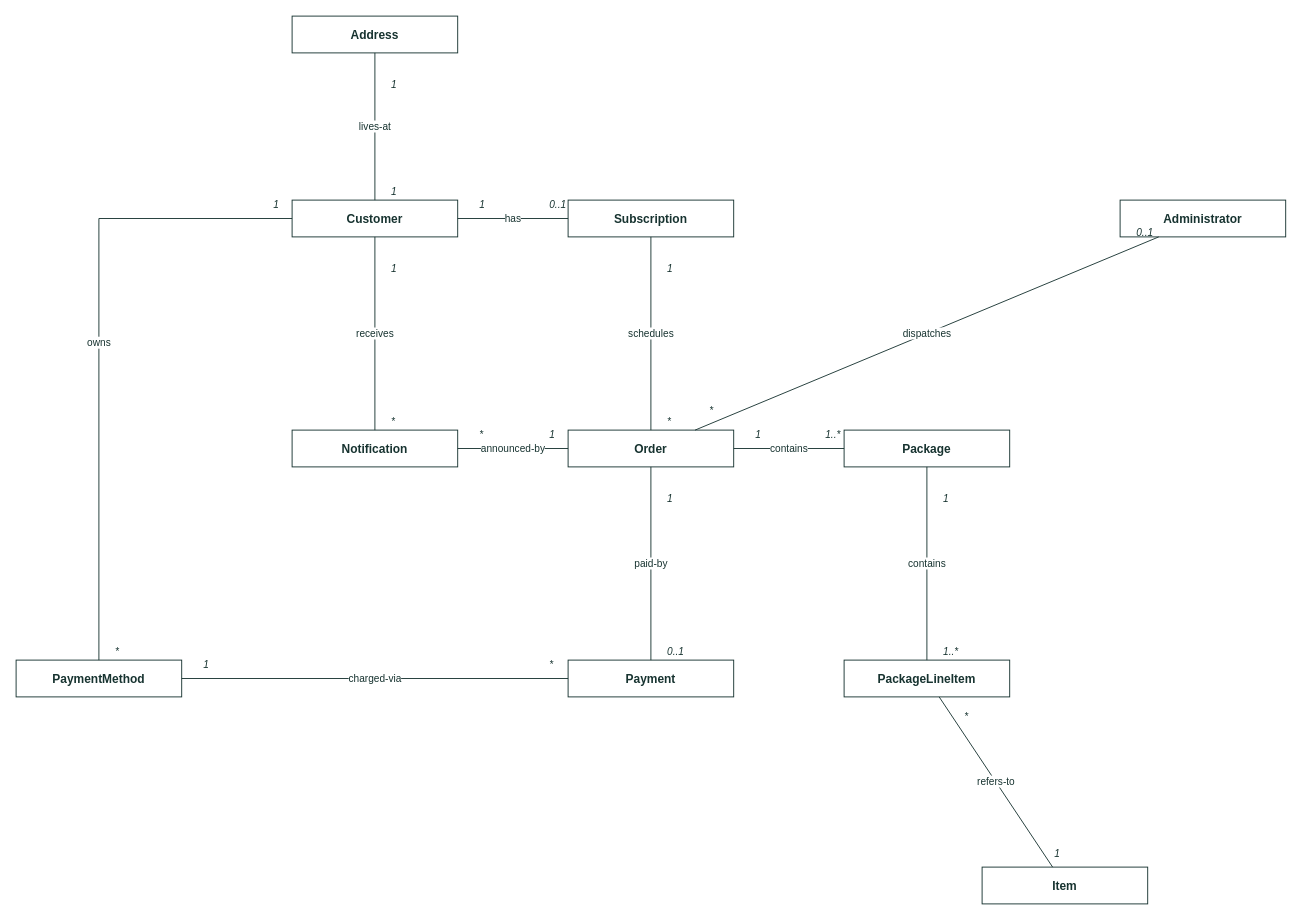
The draw.io diagram page "Simplified" (3 of 3) of docs/assets/drawio/domain-model.drawio in Mosekjaer/prepmeup, before the edit. Source tidied: cells renumbered, new cells numbered last; positions are measured from the earlier drawing's top-left corner, leaving out a move shared by most shapes. Both pictures are drawn from the tidied source at 92%, with x=0, y=0 at pixel (16, 16).
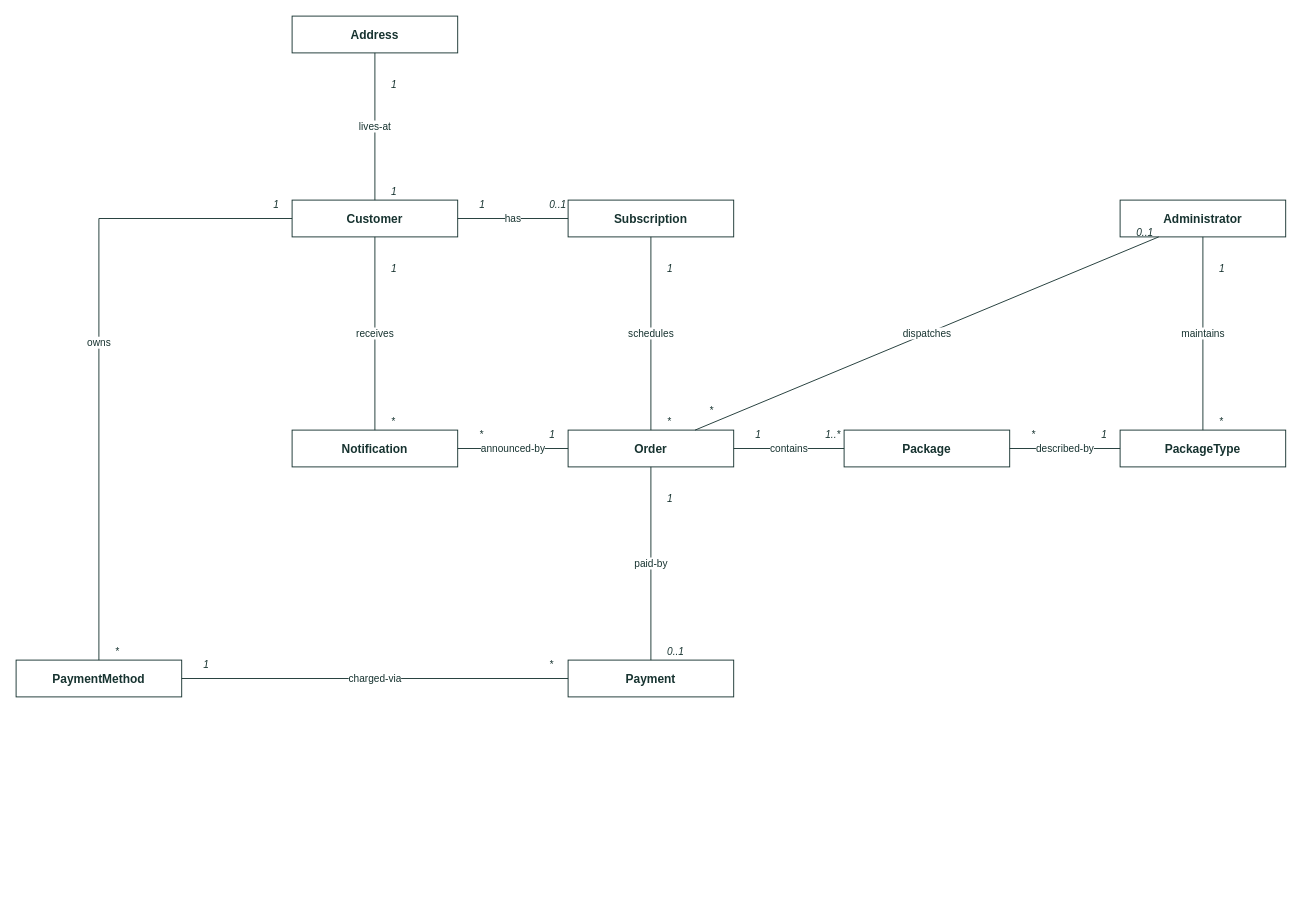
The same page after the edit.

Unchanged cells that the change refers to:
```xml
<mxCell id="5" value="Administrator" style="rounded=0;whiteSpace=wrap;html=1;fillColor=#FFFFFF;strokeColor=#173330;fontColor=#173330;fontStyle=1;fontSize=13;" parent="1" vertex="1">
  <mxGeometry x="1200" y="200" width="180" height="40" as="geometry" />
</mxCell>
<mxCell id="8" value="Package" style="rounded=0;whiteSpace=wrap;html=1;fillColor=#FFFFFF;strokeColor=#173330;fontColor=#173330;fontStyle=1;fontSize=13;" parent="1" vertex="1">
  <mxGeometry x="900" y="450" width="180" height="40" as="geometry" />
</mxCell>
```

Change to the diagram source:
```diff
@@
+    <mxCell id="49" value="PackageType" style="rounded=0;whiteSpace=wrap;html=1;fillColor=#FFFFFF;strokeColor=#173330;fontColor=#173330;fontStyle=1;fontSize=13;" parent="1" vertex="1">
+      <mxGeometry x="1200" y="450" width="180" height="40" as="geometry" />
+    </mxCell>
@@
-    <mxCell id="11" value="PackageLineItem" style="rounded=0;whiteSpace=wrap;html=1;fillColor=#FFFFFF;strokeColor=#173330;fontColor=#173330;fontStyle=1;fontSize=13;" parent="1" vertex="1">
-      <mxGeometry x="900" y="700" width="180" height="40" as="geometry" />
-    </mxCell>
-    <mxCell id="12" value="Item" style="rounded=0;whiteSpace=wrap;html=1;fillColor=#FFFFFF;strokeColor=#173330;fontColor=#173330;fontStyle=1;fontSize=13;" parent="1" vertex="1">
-      <mxGeometry x="1050" y="925" width="180" height="40" as="geometry" />
-    </mxCell>
@@
-    <mxCell id="43" value="contains" style="endArrow=none;html=1;rounded=0;strokeColor=#173330;fontColor=#173330;fontSize=11;labelBackgroundColor=#FFFFFF;" parent="1" edge="1" source="8" target="11">
-      <mxGeometry relative="1" as="geometry" />
-    </mxCell>
-    <mxCell id="44" value="1" style="edgeLabel;html=1;fontSize=11;fontStyle=2;fontColor=#173330;labelBackgroundColor=none;" parent="43" vertex="1">
-      <mxGeometry x="-1" relative="1" as="geometry">
-        <mxPoint x="16" y="22" as="offset" />
-      </mxGeometry>
-    </mxCell>
-    <mxCell id="45" value="1..*" style="edgeLabel;html=1;fontSize=11;fontStyle=2;fontColor=#173330;labelBackgroundColor=none;" parent="43" vertex="1">
-      <mxGeometry x="1" relative="1" as="geometry">
-        <mxPoint x="16" y="-22" as="offset" />
-      </mxGeometry>
-    </mxCell>
-    <mxCell id="46" value="refers-to" style="endArrow=none;html=1;rounded=0;strokeColor=#173330;fontColor=#173330;fontSize=11;labelBackgroundColor=#FFFFFF;" parent="1" edge="1" source="11" target="12">
-      <mxGeometry relative="1" as="geometry" />
-    </mxCell>
-    <mxCell id="47" value="*" style="edgeLabel;html=1;fontSize=11;fontStyle=2;fontColor=#173330;labelBackgroundColor=none;" parent="46" vertex="1">
-      <mxGeometry x="-1" relative="1" as="geometry">
-        <mxPoint x="26" y="9" as="offset" />
-      </mxGeometry>
-    </mxCell>
-    <mxCell id="48" value="1" style="edgeLabel;html=1;fontSize=11;fontStyle=2;fontColor=#173330;labelBackgroundColor=none;" parent="46" vertex="1">
-      <mxGeometry x="1" relative="1" as="geometry">
-        <mxPoint x="1" y="-27" as="offset" />
-      </mxGeometry>
-    </mxCell>
+    <mxCell id="50" value="maintains" style="endArrow=none;html=1;rounded=0;strokeColor=#173330;fontColor=#173330;fontSize=11;labelBackgroundColor=#FFFFFF;" parent="1" edge="1" source="5" target="49">
+      <mxGeometry relative="1" as="geometry" />
+    </mxCell>
+    <mxCell id="51" value="1" style="edgeLabel;html=1;fontSize=11;fontStyle=2;fontColor=#173330;labelBackgroundColor=none;" parent="50" vertex="1">
+      <mxGeometry x="-1" relative="1" as="geometry">
+        <mxPoint x="16" y="22" as="offset" />
+      </mxGeometry>
+    </mxCell>
+    <mxCell id="52" value="*" style="edgeLabel;html=1;fontSize=11;fontStyle=2;fontColor=#173330;labelBackgroundColor=none;" parent="50" vertex="1">
+      <mxGeometry x="1" relative="1" as="geometry">
+        <mxPoint x="16" y="-22" as="offset" />
+      </mxGeometry>
+    </mxCell>
+    <mxCell id="53" value="described-by" style="endArrow=none;html=1;rounded=0;strokeColor=#173330;fontColor=#173330;fontSize=11;labelBackgroundColor=#FFFFFF;" parent="1" edge="1" source="8" target="49">
+      <mxGeometry relative="1" as="geometry" />
+    </mxCell>
+    <mxCell id="54" value="*" style="edgeLabel;html=1;fontSize=11;fontStyle=2;fontColor=#173330;labelBackgroundColor=none;" parent="53" vertex="1">
+      <mxGeometry x="-1" relative="1" as="geometry">
+        <mxPoint x="22" y="-28" as="offset" />
+      </mxGeometry>
+    </mxCell>
+    <mxCell id="55" value="1" style="edgeLabel;html=1;fontSize=11;fontStyle=2;fontColor=#173330;labelBackgroundColor=none;" parent="53" vertex="1">
+      <mxGeometry x="1" relative="1" as="geometry">
+        <mxPoint x="-22" y="-28" as="offset" />
+      </mxGeometry>
+    </mxCell>
```
